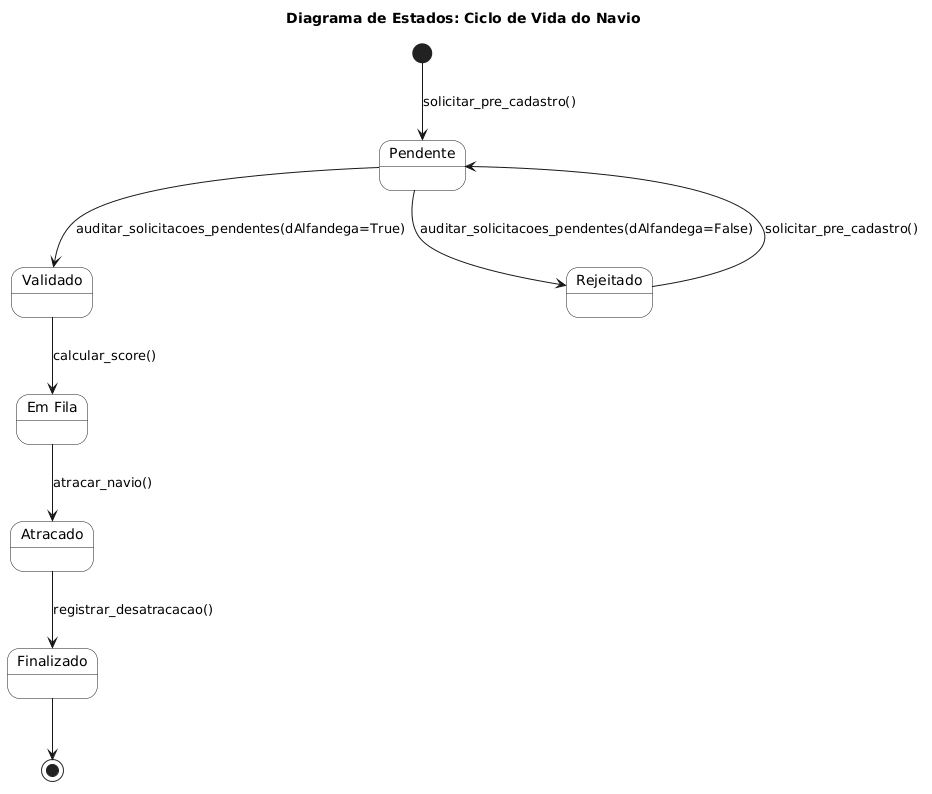
Lucas2Araujo/App_ADMPortuaria keeps this PlantUML diagram as Docs/Diagramas/Imagens/Estados.png. Above is the earlier version. Source of this version:
```plantuml
@startuml
title Diagrama de Estados: Ciclo de Vida do Navio

skinparam state {
    RoundCorner 20
    BackgroundColor White
}

[*] --> Pendente : solicitar_pre_cadastro()

state Pendente
state Validado
state Rejeitado

Pendente --> Validado : auditar_solicitacoes_pendentes(dAlfandega=True)
Pendente --> Rejeitado : auditar_solicitacoes_pendentes(dAlfandega=False)
Rejeitado --> Pendente : solicitar_pre_cadastro()

state "Em Fila" as EmFila
state Atracado
state Finalizado

Validado --> EmFila : calcular_score()
EmFila --> Atracado : atracar_navio()
Atracado --> Finalizado : registrar_desatracacao()

Finalizado --> [*]
@enduml
```
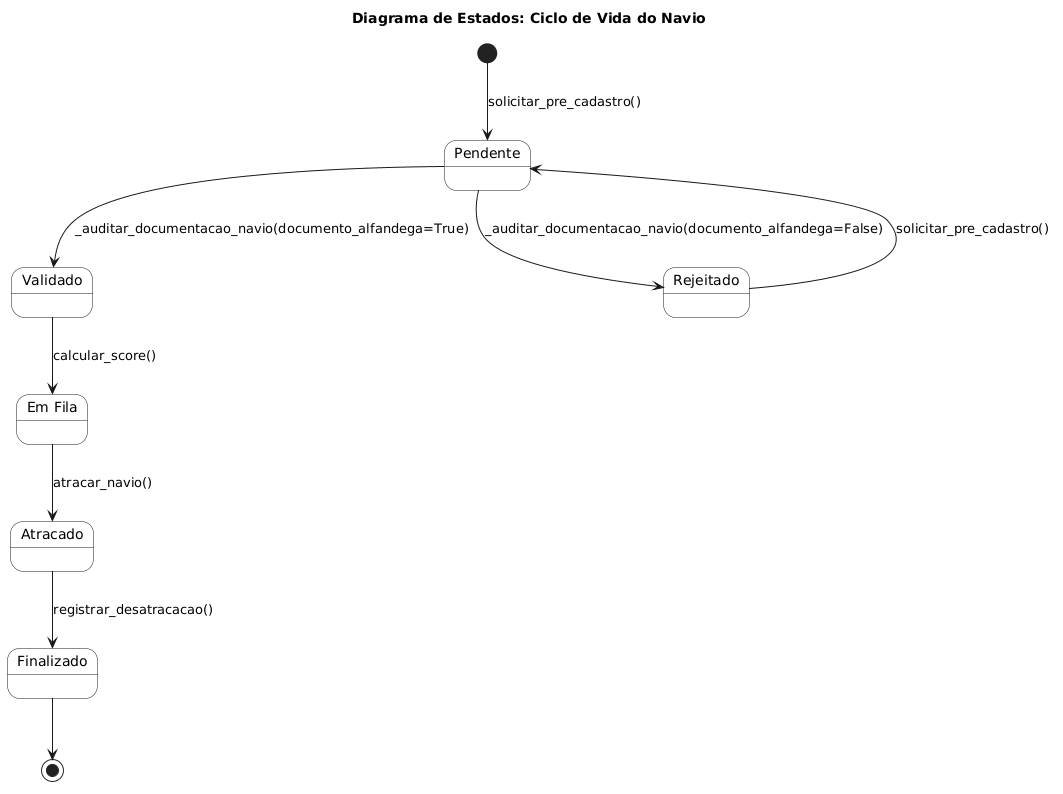
Above is the later version.

Change to the diagram source:
```diff
@@ -12,8 +12,8 @@
 state Validado
 state Rejeitado
 
-Pendente --> Validado : auditar_solicitacoes_pendentes(dAlfandega=True)
-Pendente --> Rejeitado : auditar_solicitacoes_pendentes(dAlfandega=False)
+Pendente --> Validado : _auditar_documentacao_navio(documento_alfandega=True)
+Pendente --> Rejeitado : _auditar_documentacao_navio(documento_alfandega=False)
 Rejeitado --> Pendente : solicitar_pre_cadastro()
 
 state "Em Fila" as EmFila
```
